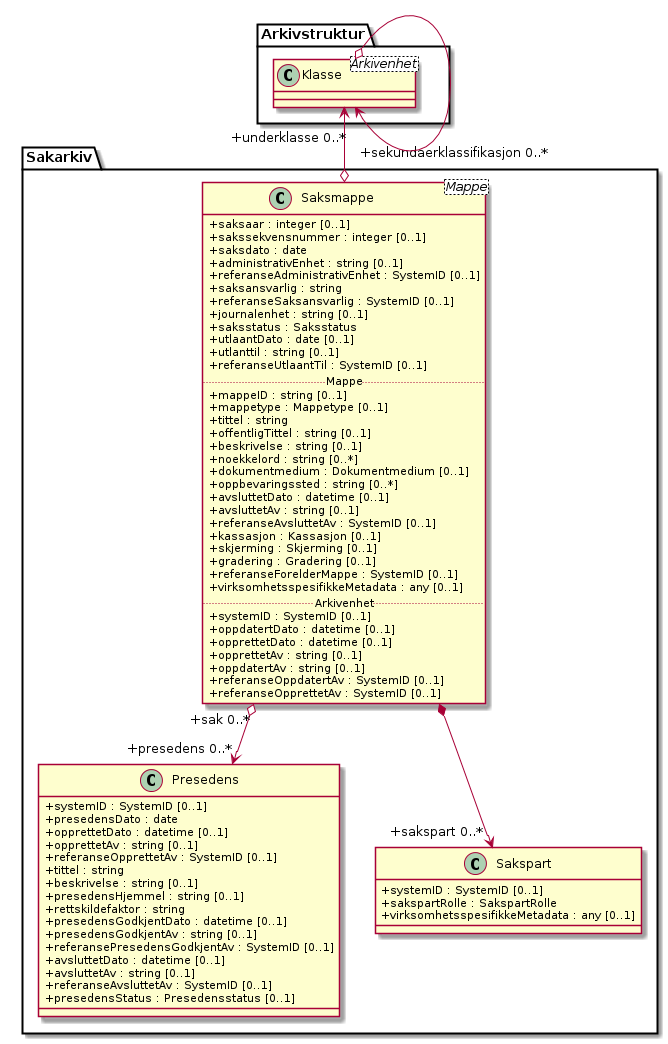
This is kapitler/media/uml-saksmappe.png from arkivverket/noark5-tjenestegrensesnitt-standard, a PlantUML export, as it was before one commit. Its diagram source:
```plantuml
@startuml
skinparam classAttributeIconSize 0

class Sakarkiv.Saksmappe <Mappe> {
  +saksaar : integer [0..1]
  +sakssekvensnummer : integer [0..1]
  +saksdato : date
  +administrativEnhet : string [0..1]
  +referanseAdministrativEnhet : SystemID [0..1]
  +saksansvarlig : string
  +referanseSaksansvarlig : SystemID [0..1]
  +journalenhet : string [0..1]
  +saksstatus : Saksstatus
  +utlaantDato : date [0..1]
  +utlanttil : string [0..1]
  +referanseUtlaantTil : SystemID [0..1]

  .. Mappe ..
  +mappeID : string [0..1]
  +mappetype : Mappetype [0..1]
  +tittel : string
  +offentligTittel : string [0..1]
  +beskrivelse : string [0..1]
  +noekkelord : string [0..*]
  +dokumentmedium : Dokumentmedium [0..1]
  +oppbevaringssted : string [0..*]
  +avsluttetDato : datetime [0..1]
  +avsluttetAv : string [0..1]
  +referanseAvsluttetAv : SystemID [0..1]
  +kassasjon : Kassasjon [0..1]
  +skjerming : Skjerming [0..1]
  +gradering : Gradering [0..1]
  +referanseForelderMappe : SystemID [0..1]
  +virksomhetsspesifikkeMetadata : any [0..1]

  .. Arkivenhet ..
  +systemID : SystemID [0..1]
  +oppdatertDato : datetime [0..1]
  +opprettetDato : datetime [0..1]
  +opprettetAv : string [0..1]
  +oppdatertAv : string [0..1]
  +referanseOppdatertAv : SystemID [0..1]
  +referanseOpprettetAv : SystemID [0..1]
}
class Sakarkiv.Presedens {
  +systemID : SystemID [0..1]
  +presedensDato : date
  +opprettetDato : datetime [0..1]
  +opprettetAv : string [0..1]
  +referanseOpprettetAv : SystemID [0..1]
  +tittel : string
  +beskrivelse : string [0..1]
  +presedensHjemmel : string [0..1]
  +rettskildefaktor : string
  +presedensGodkjentDato : datetime [0..1]
  +presedensGodkjentAv : string [0..1]
  +referansePresedensGodkjentAv : SystemID [0..1]
  +avsluttetDato : datetime [0..1]
  +avsluttetAv : string [0..1]
  +referanseAvsluttetAv : SystemID [0..1]
  +presedensStatus : Presedensstatus [0..1]
}
class Sakarkiv.Sakspart {
  +systemID : SystemID [0..1]
  +sakspartRolle : SakspartRolle
  +virksomhetsspesifikkeMetadata : any [0..1]
}

class Arkivstruktur.Klasse <Arkivenhet>
Arkivstruktur.Klasse "\n\n+sekundaerklassifikasjon 0..*"  <--o Sakarkiv.Saksmappe
Arkivstruktur.Klasse o--> "\n+underklasse 0..*" Arkivstruktur.Klasse
Sakarkiv.Saksmappe "+sak 0..*" o--> "+presedens 0..*" Sakarkiv.Presedens
Sakarkiv.Saksmappe *--> "+sakspart 0..*" Sakarkiv.Sakspart

@enduml
```
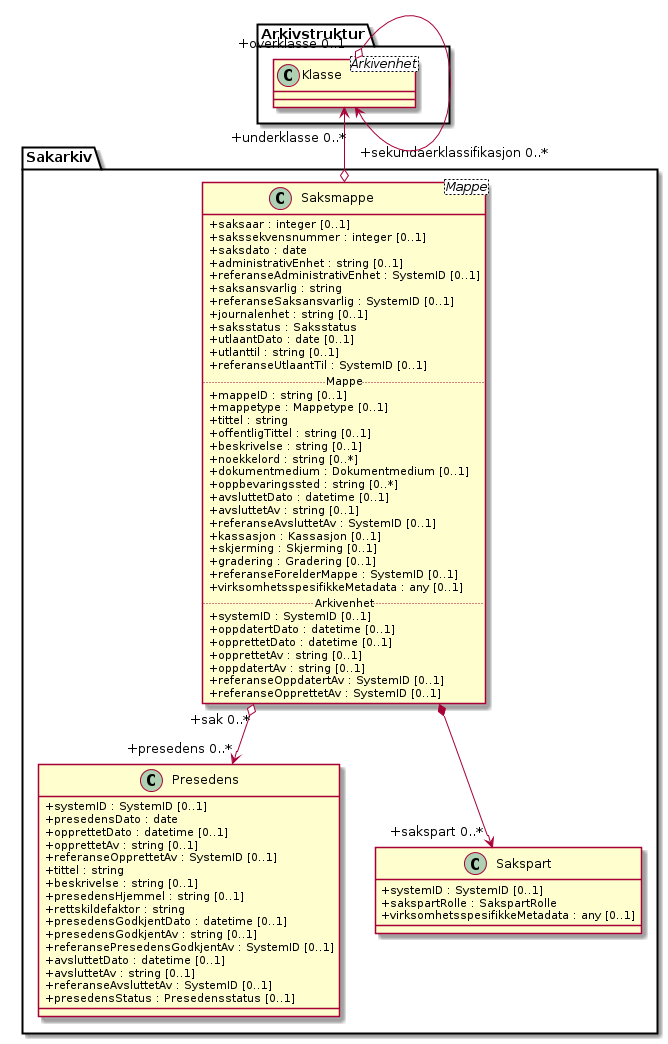
After the commit.

The edit, as a diff of the source:
```diff
@@ -68,7 +68,7 @@
 
 class Arkivstruktur.Klasse <Arkivenhet>
 Arkivstruktur.Klasse "\n\n+sekundaerklassifikasjon 0..*"  <--o Sakarkiv.Saksmappe
-Arkivstruktur.Klasse o--> "\n+underklasse 0..*" Arkivstruktur.Klasse
+Arkivstruktur.Klasse "+overklasse 0..1" o--> "\n+underklasse 0..*" Arkivstruktur.Klasse
 Sakarkiv.Saksmappe "+sak 0..*" o--> "+presedens 0..*" Sakarkiv.Presedens
 Sakarkiv.Saksmappe *--> "+sakspart 0..*" Sakarkiv.Sakspart
 
```
